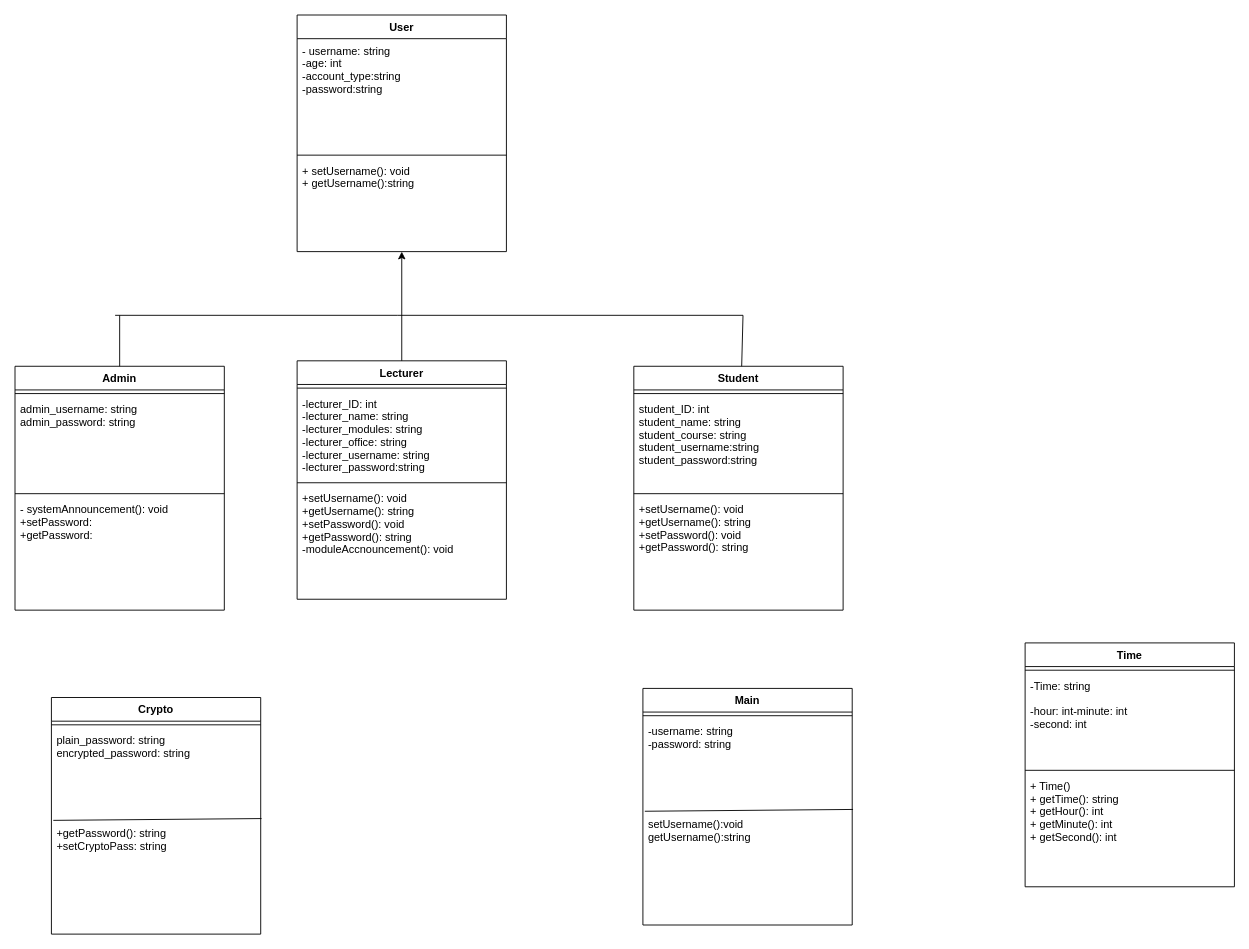
This is UML Design (MG)/SecureProgUML(30014095).drawio from mgreen01/Secure-Programming-Project, a draw.io file, before an edit. Source tidied: cells renumbered, new cells numbered last; positions are measured from the earlier drawing's top-left corner, leaving out a move shared by most shapes. Both pictures are drawn from the tidied source at 91%, with x=0, y=0 at pixel (15, 15).
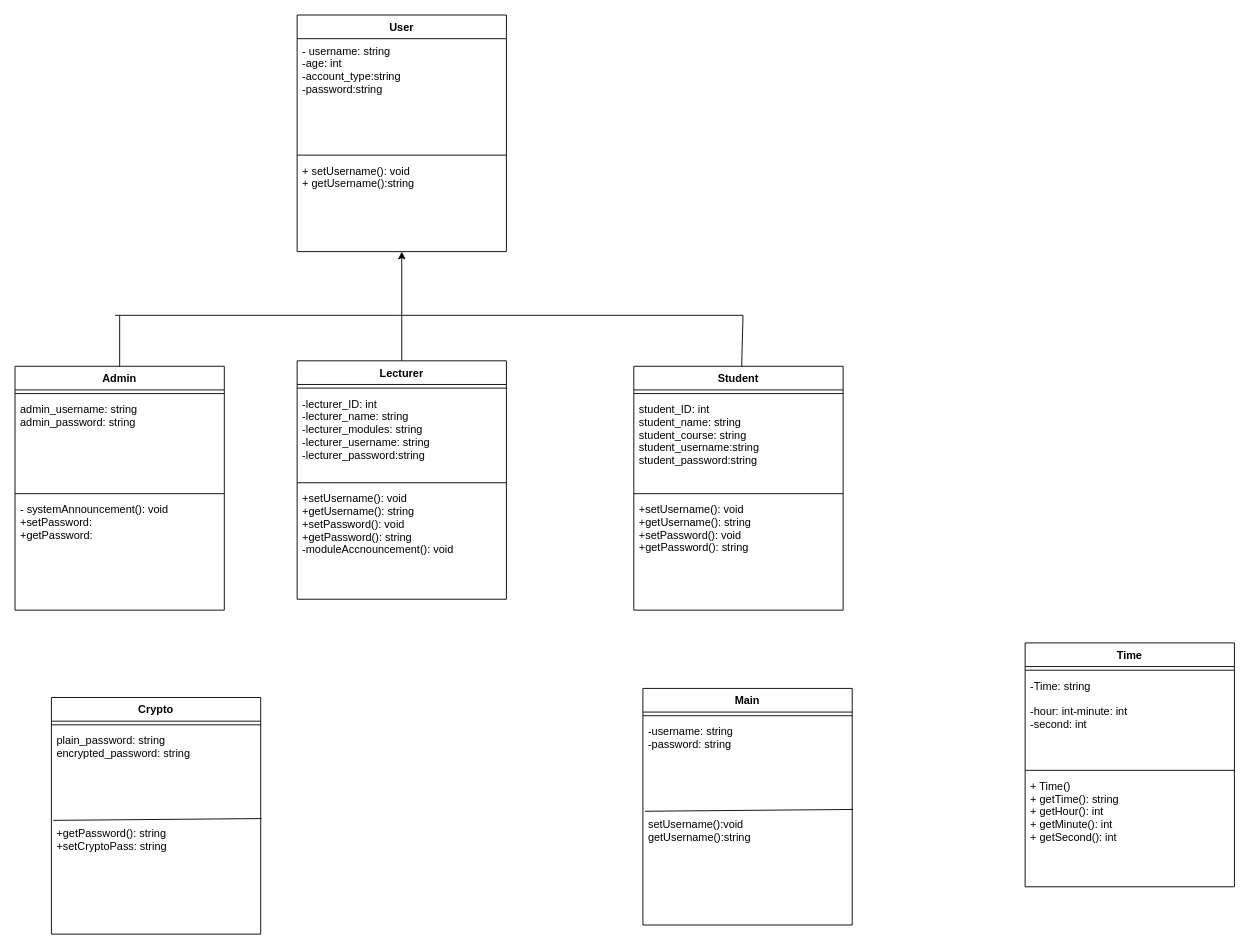
The same page after the edit.

Unchanged cells that the change refers to:
```xml
<mxCell id="16" value="Lecturer" style="swimlane;fontStyle=1;align=center;verticalAlign=top;horizontal=1;startSize=26;" parent="1" vertex="1">
  <mxGeometry x="310" y="380" width="230" height="262" as="geometry" />
</mxCell>
```

Diff of the diagram source:
```diff
@@
-    <mxCell id="18" value="-lecturer_ID: int&#10;-lecturer_name: string&#10;-lecturer_modules: string&#10;-lecturer_office: string&#10;-lecturer_username: string&#10;-lecturer_password:string&#10;&#10;" style="text;strokeColor=none;fillColor=none;align=left;verticalAlign=top;spacingLeft=4;spacingRight=4;overflow=hidden;" parent="16" vertex="1">
+    <mxCell id="18" value="-lecturer_ID: int&#10;-lecturer_name: string&#10;-lecturer_modules: string&#10;-lecturer_username: string&#10;-lecturer_password:string&#10;&#10;" style="text;strokeColor=none;fillColor=none;align=left;verticalAlign=top;spacingLeft=4;spacingRight=4;overflow=hidden;" parent="16" vertex="1">
       <mxGeometry y="34" width="230" height="96" as="geometry" />
     </mxCell>
```
